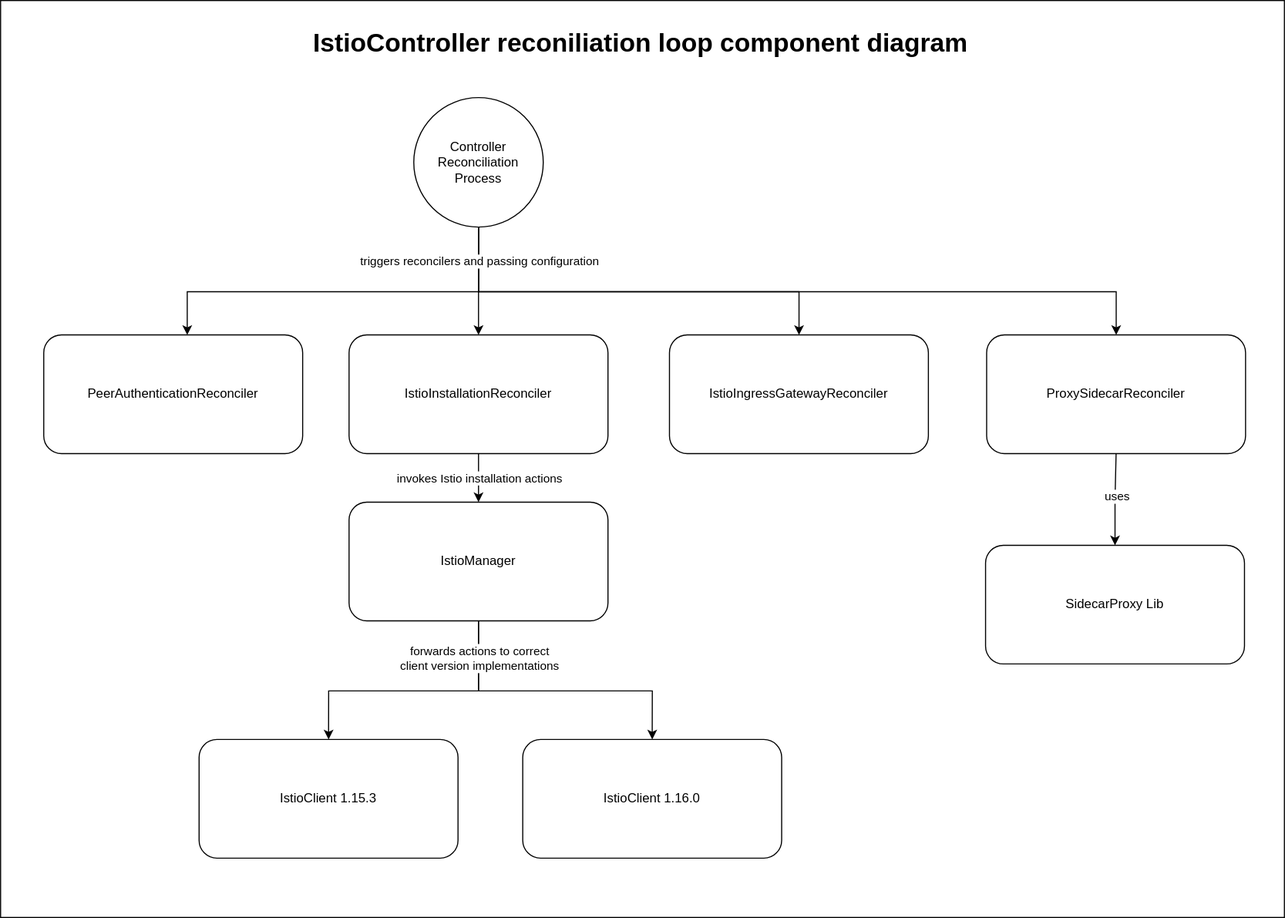
This is docs/controller-component-diagram.svg from kyma-project/istio, a draw.io export, as it was before one commit. Source tidied: cells renumbered, new cells last; positions are measured from the earlier drawing's top-left corner, leaving out a move shared by most shapes.
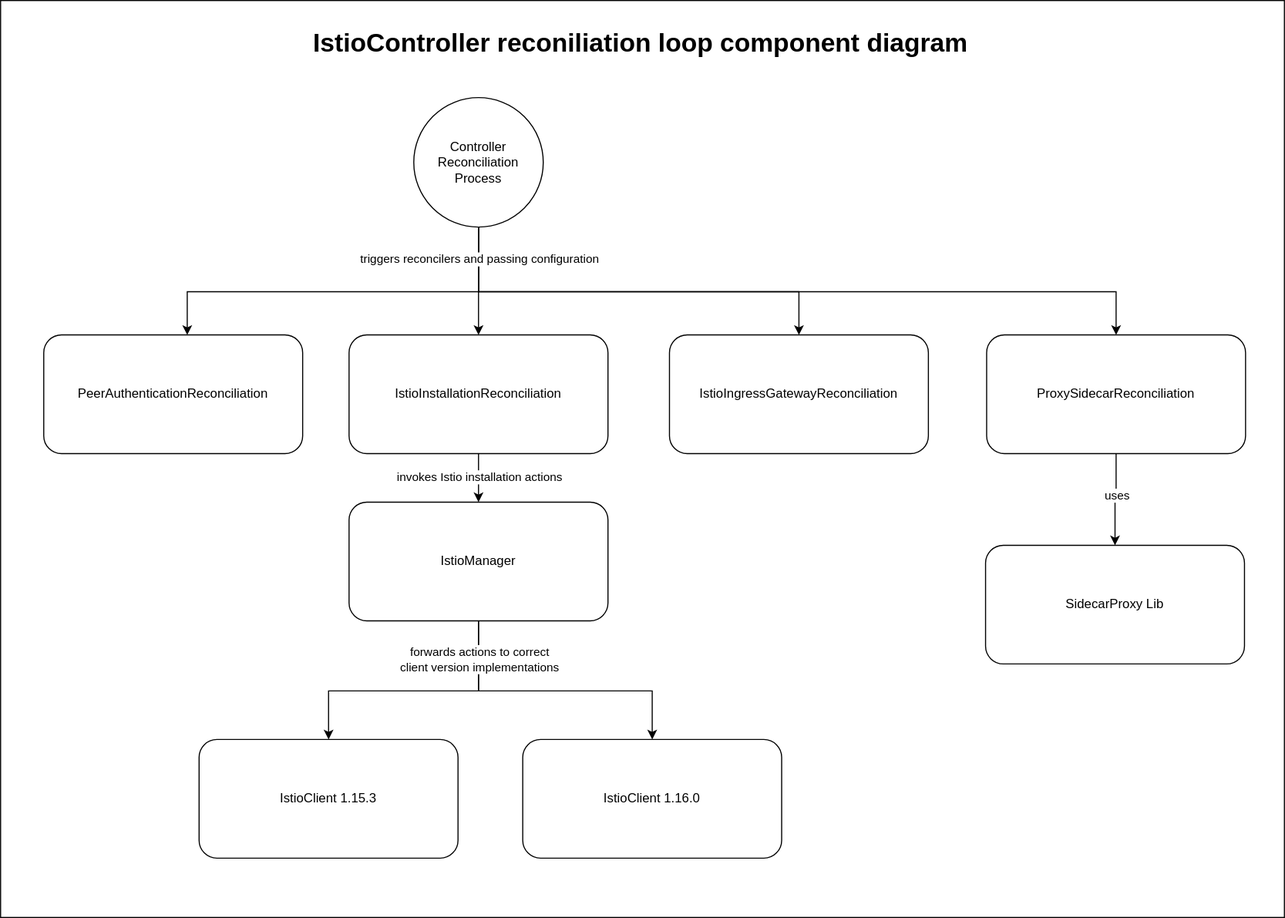
Above is the later version.

What changed in the source:
```diff
@@ -11,7 +11,7 @@
     <mxCell id="4" value="invokes Istio installation actions" style="edgeLabel;html=1;align=center;verticalAlign=middle;" parent="3" vertex="1">
       <mxGeometry x="-0.07" relative="1" as="geometry" />
     </mxCell>
-    <mxCell id="5" value="IstioInstallationReconciler" style="rounded=1;whiteSpace=wrap;html=1;" parent="1" vertex="1">
+    <mxCell id="5" value="IstioInstallationReconciliation" style="rounded=1;whiteSpace=wrap;html=1;" parent="1" vertex="1">
       <mxGeometry x="323" y="310" width="240" height="110" as="geometry" />
     </mxCell>
     <mxCell id="6" style="edgeStyle=orthogonalEdgeStyle;rounded=0;jettySize=auto;html=1;entryX=0.5;entryY=0;entryDx=0;entryDy=0;" parent="1" edge="1" target="5">
@@ -46,7 +46,7 @@
         </Array>
       </mxGeometry>
     </mxCell>
-    <mxCell id="12" value="ProxySidecarReconciler" style="rounded=1;whiteSpace=wrap;html=1;" parent="1" vertex="1">
+    <mxCell id="12" value="ProxySidecarReconciliation" style="rounded=1;whiteSpace=wrap;html=1;" parent="1" vertex="1">
       <mxGeometry x="914" y="310" width="240" height="110" as="geometry" />
     </mxCell>
     <mxCell id="13" style="edgeStyle=orthogonalEdgeStyle;rounded=0;jettySize=auto;html=1;entryX=0.5;entryY=1;entryDx=0;entryDy=0;startArrow=classic;startFill=1;endArrow=none;endFill=0;" parent="1" edge="1" source="15">
@@ -63,7 +63,7 @@
         <mxPoint x="-1" y="-30" as="offset" />
       </mxGeometry>
     </mxCell>
-    <mxCell id="15" value="IstioIngressGatewayReconciler" style="rounded=1;whiteSpace=wrap;html=1;" parent="1" vertex="1">
+    <mxCell id="15" value="IstioIngressGatewayReconciliation" style="rounded=1;whiteSpace=wrap;html=1;" parent="1" vertex="1">
       <mxGeometry x="620" y="310" width="240" height="110" as="geometry" />
     </mxCell>
     <mxCell id="16" style="edgeStyle=orthogonalEdgeStyle;rounded=0;jettySize=auto;html=1;entryX=0.5;entryY=0;entryDx=0;entryDy=0;" parent="1" edge="1" source="19" target="20">
@@ -96,7 +96,7 @@
     <mxCell id="21" value="IstioClient 1.15.3" style="rounded=1;whiteSpace=wrap;html=1;" parent="1" vertex="1">
       <mxGeometry x="184" y="685" width="240" height="110" as="geometry" />
     </mxCell>
-    <mxCell id="22" value="PeerAuthenticationReconciler" style="rounded=1;whiteSpace=wrap;html=1;" parent="1" vertex="1">
+    <mxCell id="22" value="PeerAuthenticationReconciliation" style="rounded=1;whiteSpace=wrap;html=1;" parent="1" vertex="1">
       <mxGeometry x="40" y="310" width="240" height="110" as="geometry" />
     </mxCell>
     <mxCell id="23" value="&lt;h1&gt;IstioController reconiliation loop component diagram&lt;/h1&gt;" style="text;html=1;strokeColor=none;fillColor=none;spacing=5;spacingTop=-20;whiteSpace=wrap;overflow=hidden;rounded=0;" parent="1" vertex="1">
```
